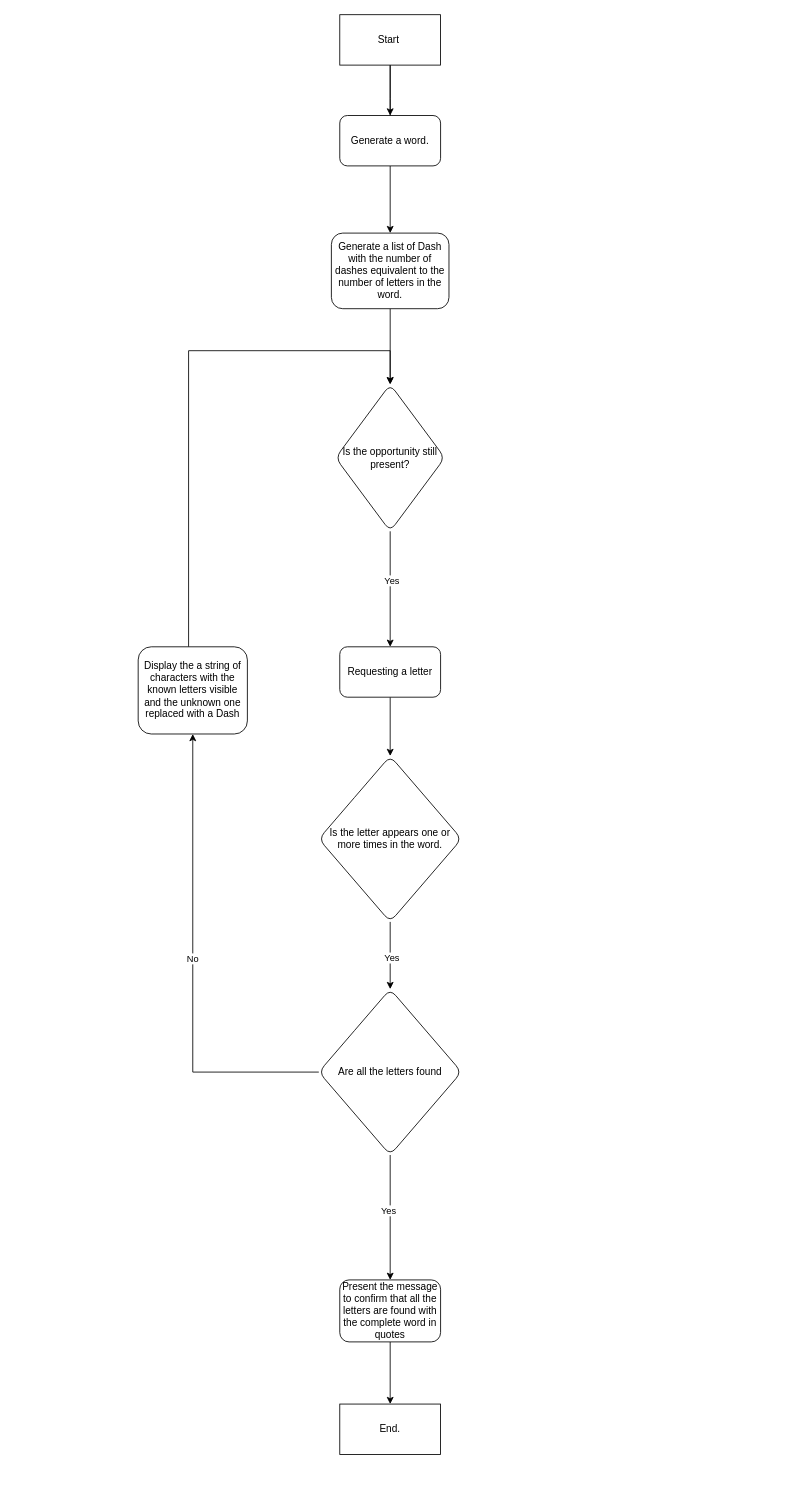
This is Untitled Diagram.drawio from Phil-Sipec/100-days-Python, a draw.io file, before an edit. Source tidied: cells renumbered, new cells numbered last; positions are measured from the earlier drawing's top-left corner, leaving out a move shared by most shapes. Both pictures are drawn from the tidied source at 84%, with x=0, y=0 at pixel (138, 14).
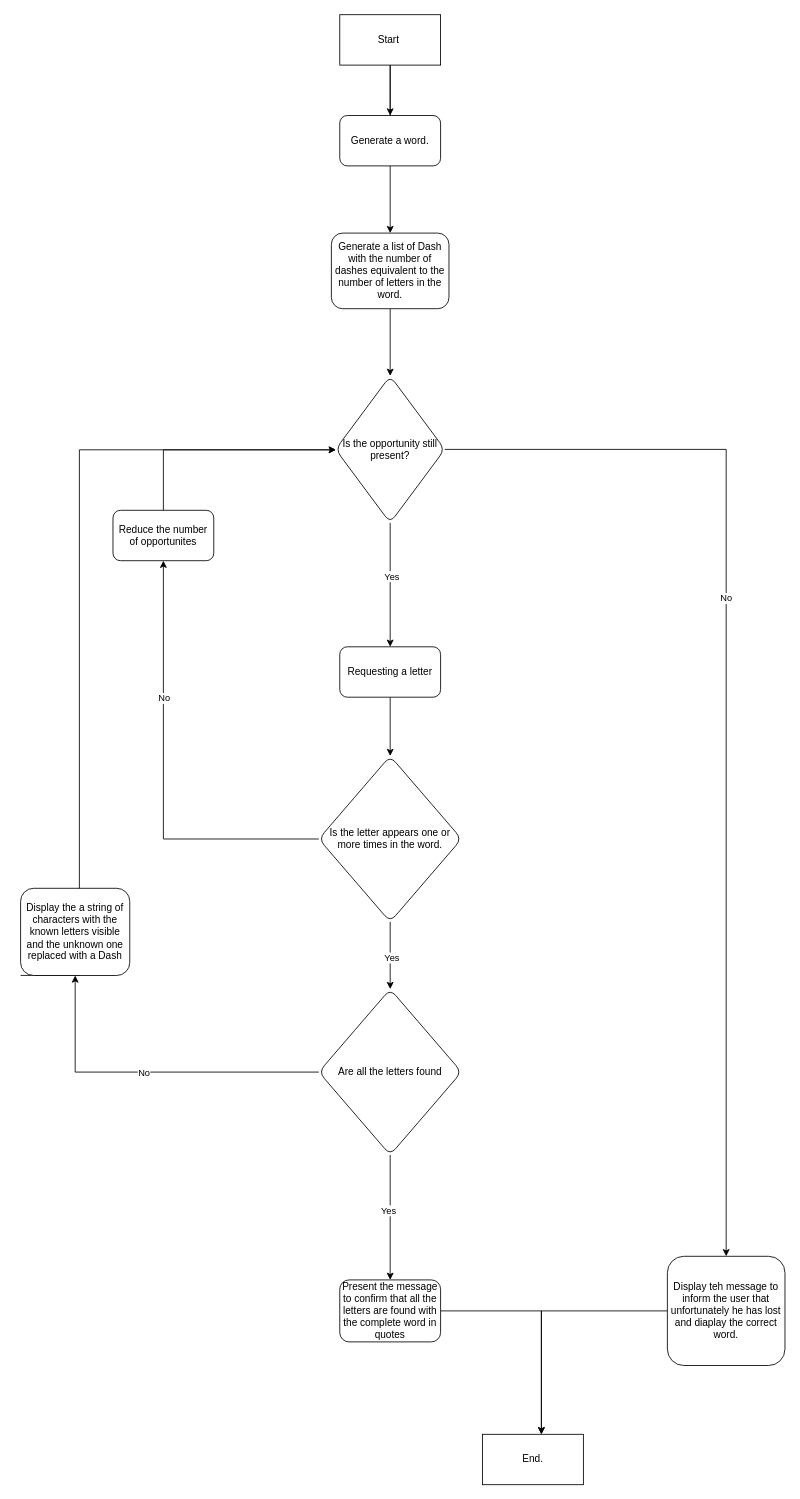
The same diagram, later.

Unchanged cells that the change refers to:
```xml
<mxCell id="16" value="Is the letter appears one or more times in the word." style="rhombus;whiteSpace=wrap;html=1;rounded=1;" parent="1" vertex="1">
  <mxGeometry x="215" y="882.5" width="170" height="197.5" as="geometry" />
</mxCell>
<mxCell id="25" value="Present the message to confirm that all the letters are found with the complete word in quotes" style="rounded=1;whiteSpace=wrap;html=1;" parent="1" vertex="1">
  <mxGeometry x="240" y="1506.2" width="120" height="73.8" as="geometry" />
</mxCell>
```

Change to the diagram source:
```diff
@@
+    <mxCell id="27" style="edgeStyle=orthogonalEdgeStyle;rounded=0;jettySize=auto;html=1;" parent="1" edge="1" source="11" target="32">
+      <mxGeometry relative="1" as="geometry" />
+    </mxCell>
+    <mxCell id="28" value="No" style="edgeLabel;html=1;align=center;verticalAlign=middle;" parent="27" vertex="1">
+      <mxGeometry x="-0.21" y="-1" relative="1" as="geometry" />
+    </mxCell>
     <mxCell id="11" value="Is the opportunity still present?" style="rhombus;whiteSpace=wrap;html=1;rounded=1;" parent="1" vertex="1">
-      <mxGeometry x="235" y="440" width="130" height="175" as="geometry" />
+      <mxGeometry x="235" y="430" width="130" height="175" as="geometry" />
     </mxCell>
@@
+    <mxCell id="29" style="edgeStyle=orthogonalEdgeStyle;rounded=0;jettySize=auto;html=1;" parent="1" edge="1" source="16" target="34">
+      <mxGeometry relative="1" as="geometry" />
+    </mxCell>
+    <mxCell id="30" value="No" style="edgeLabel;html=1;align=center;verticalAlign=middle;" parent="29" vertex="1">
+      <mxGeometry x="-0.06" y="2" relative="1" as="geometry">
+        <mxPoint x="2" y="-110" as="offset" />
+      </mxGeometry>
+    </mxCell>
@@
-    <mxCell id="22" style="edgeStyle=orthogonalEdgeStyle;rounded=0;jettySize=auto;html=1;" parent="1" edge="1" source="23" target="11">
+    <mxCell id="22" style="edgeStyle=orthogonalEdgeStyle;rounded=0;jettySize=auto;html=1;" parent="1" edge="1" target="11">
       <mxGeometry relative="1" as="geometry">
+        <mxPoint x="-140" y="1143.7" as="sourcePoint" />
         <Array as="points">
-          <mxPoint x="60" y="400" />
-          <mxPoint x="300" y="400" />
+          <mxPoint x="-70" y="1144" />
+          <mxPoint x="-70" y="518" />
         </Array>
       </mxGeometry>
     </mxCell>
     <mxCell id="23" value="Display the a string of characters with the known letters visible and the unknown one replaced with a Dash" style="rounded=1;whiteSpace=wrap;html=1;" parent="1" vertex="1">
-      <mxGeometry y="752.5" width="130" height="103.8" as="geometry" />
+      <mxGeometry x="-140" y="1040" width="130" height="103.8" as="geometry" />
     </mxCell>
     <mxCell id="24" style="edgeStyle=orthogonalEdgeStyle;rounded=0;jettySize=auto;html=1;" parent="1" edge="1" source="25" target="26">
-      <mxGeometry relative="1" as="geometry" />
+      <mxGeometry relative="1" as="geometry">
+        <Array as="points">
+          <mxPoint x="480" y="1543" />
+        </Array>
+      </mxGeometry>
     </mxCell>
@@
     <mxCell id="26" value="End." style="rounded=0;whiteSpace=wrap;html=1;" parent="1" vertex="1">
-      <mxGeometry x="240" y="1654" width="120" height="60" as="geometry" />
+      <mxGeometry x="410" y="1690" width="120" height="60" as="geometry" />
     </mxCell>
+    <mxCell id="31" style="edgeStyle=orthogonalEdgeStyle;rounded=0;jettySize=auto;html=1;" parent="1" edge="1" source="32" target="26">
+      <mxGeometry relative="1" as="geometry">
+        <Array as="points">
+          <mxPoint x="480" y="1543" />
+        </Array>
+      </mxGeometry>
+    </mxCell>
+    <mxCell id="32" value="Display teh message to inform the user that unfortunately he has lost and diaplay the correct word." style="rounded=1;whiteSpace=wrap;html=1;" parent="1" vertex="1">
+      <mxGeometry x="630" y="1478.1" width="140" height="130" as="geometry" />
+    </mxCell>
+    <mxCell id="33" style="edgeStyle=orthogonalEdgeStyle;rounded=0;jettySize=auto;html=1;" parent="1" edge="1" source="34" target="11">
+      <mxGeometry relative="1" as="geometry">
+        <Array as="points">
+          <mxPoint x="30" y="518" />
+        </Array>
+      </mxGeometry>
+    </mxCell>
+    <mxCell id="34" value="Reduce the number of opportunites" style="rounded=1;whiteSpace=wrap;html=1;" parent="1" vertex="1">
+      <mxGeometry x="-30" y="590" width="120" height="60" as="geometry" />
+    </mxCell>
```
